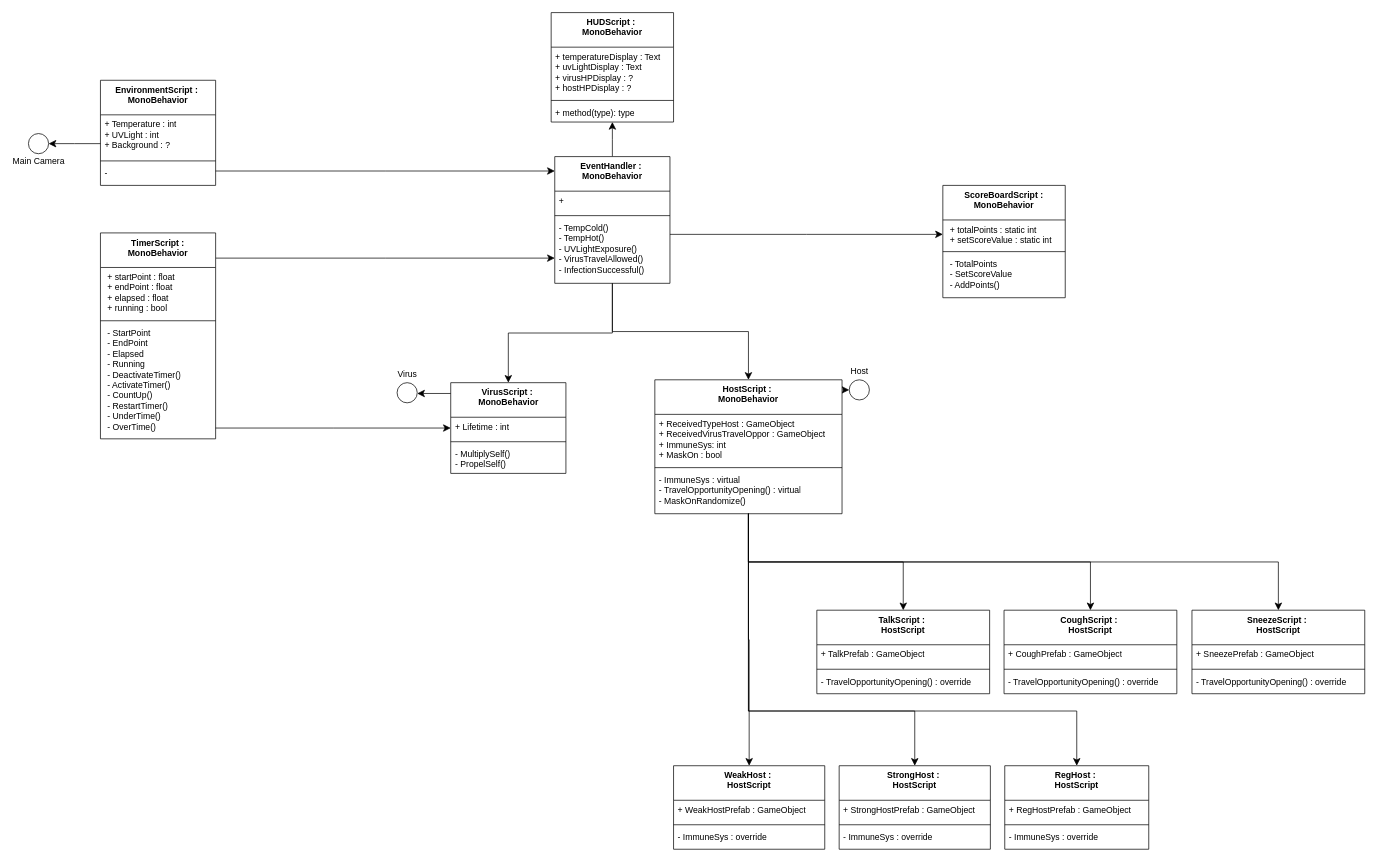
The draw.io diagram page "Copy of Page-1" (2 of 2) of airborne-virus.drawio in ayamonta/Diagrams, before the edit. Source tidied: cells renumbered, new cells numbered last; positions are measured from the earlier drawing's top-left corner, leaving out a move shared by most shapes. Both pictures are drawn from the tidied source at 72%, with x=0, y=0 at pixel (28, 12).
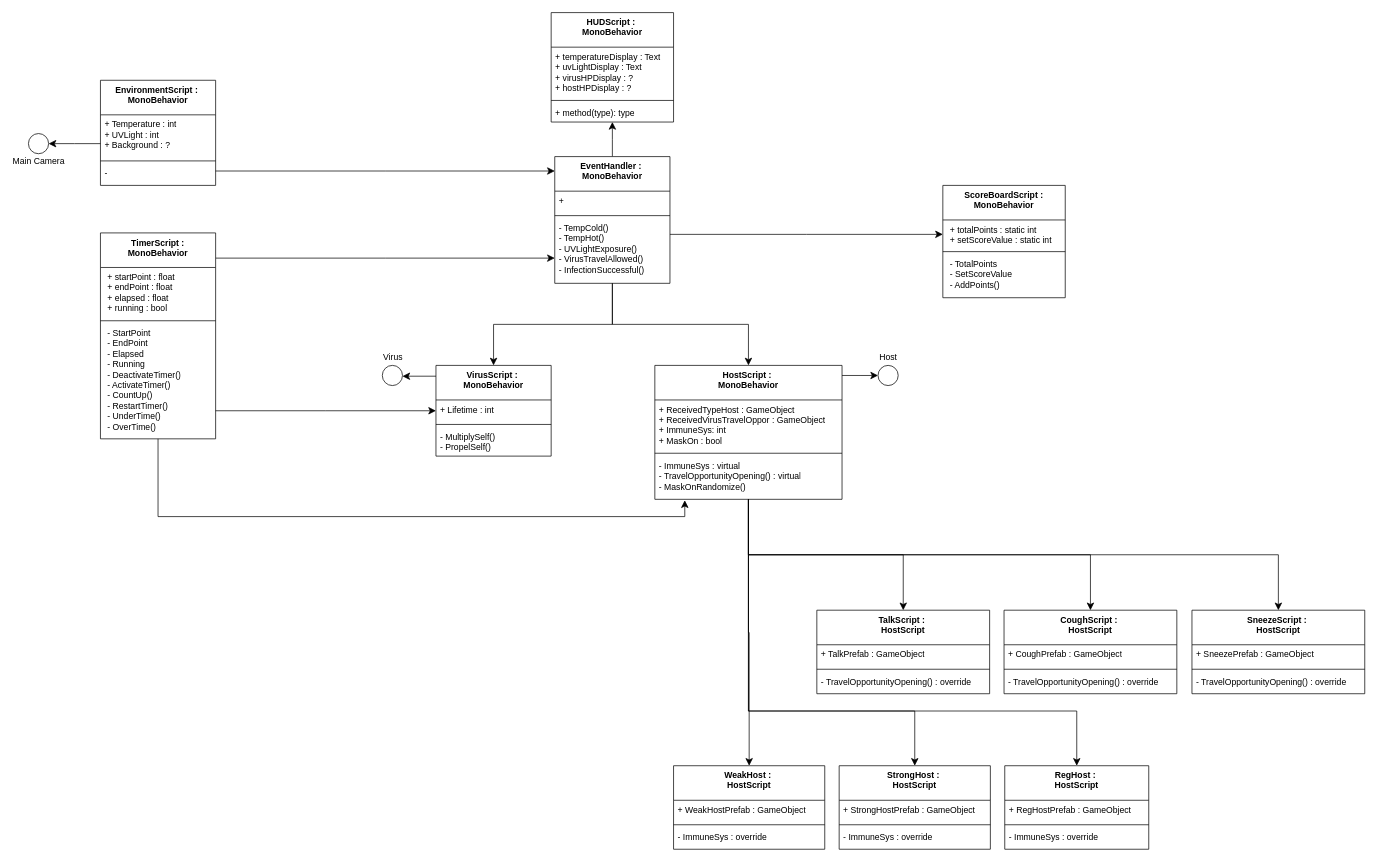
After the change.

Commit message:
airborne-virus.drawio attached TimerScript to HostScript

The change refers to these unchanged cells:
```xml
<mxCell id="23" value="- ImmuneSys : virtual&lt;div&gt;- TravelOpportunityOpening() : virtual&lt;/div&gt;&lt;div&gt;- MaskOnRandomize()&lt;/div&gt;" style="text;strokeColor=none;fillColor=none;align=left;verticalAlign=top;spacingLeft=4;spacingRight=4;overflow=hidden;points=[[0,0.5],[1,0.5]];portConstraint=eastwest;whiteSpace=wrap;html=1;" parent="20" vertex="1">
  <mxGeometry y="126" width="260" height="60" as="geometry" />
</mxCell>
<mxCell id="38" value="&lt;b&gt;TimerScript :&lt;br&gt;MonoBehavior&lt;/b&gt;" style="swimlane;fontStyle=1;align=center;verticalAlign=top;horizontal=1;startSize=48;whiteSpace=wrap;html=1;" parent="1" vertex="1">
  <mxGeometry x="100" y="306" width="160" height="286" as="geometry" />
</mxCell>
```

Change to the diagram source:
```diff
@@
     <mxCell id="2" value="VirusScript :&amp;nbsp;&lt;br&gt;MonoBehavior" style="swimlane;fontStyle=1;align=center;verticalAlign=top;horizontal=1;startSize=48;whiteSpace=wrap;html=1;" parent="1" vertex="1">
-      <mxGeometry x="586.5" y="514" width="160" height="126" as="geometry" />
+      <mxGeometry x="566" y="490" width="160" height="126" as="geometry" />
     </mxCell>
@@
     <mxCell id="7" value="Host" style="ellipse;strokeColor=default;align=center;verticalAlign=bottom;fontFamily=Helvetica;fontSize=12;fontColor=default;fillColor=none;html=1;labelBorderColor=none;labelBackgroundColor=none;noLabel=0;backgroundOutline=0;movableLabel=1;enumerate=0;labelPosition=center;verticalLabelPosition=top;" parent="1" vertex="1">
-      <mxGeometry x="1140" y="510" width="28" height="28" as="geometry">
+      <mxGeometry x="1180" y="490" width="28" height="28" as="geometry">
         <mxPoint y="-2" as="offset" />
       </mxGeometry>
     </mxCell>
@@
     <mxCell id="20" value="HostScript :&amp;nbsp;&lt;br&gt;MonoBehavior" style="swimlane;fontStyle=1;align=center;verticalAlign=top;horizontal=1;startSize=48;whiteSpace=wrap;html=1;" parent="1" vertex="1">
-      <mxGeometry x="870" y="510" width="260" height="186" as="geometry" />
+      <mxGeometry x="870" y="490" width="260" height="186" as="geometry" />
     </mxCell>
@@
+    <mxCell id="73" style="edgeStyle=elbowEdgeStyle;rounded=0;jettySize=auto;elbow=vertical;html=1;strokeColor=default;align=center;verticalAlign=middle;fontFamily=Helvetica;fontSize=12;fontColor=default;labelBackgroundColor=default;startSize=8;endArrow=classic;endSize=8;entryX=0.16;entryY=1.023;entryDx=0;entryDy=0;entryPerimeter=0;" parent="1" edge="1" source="38" target="23">
+      <mxGeometry relative="1" as="geometry">
+        <Array as="points">
+          <mxPoint x="540" y="700" />
+        </Array>
+      </mxGeometry>
+    </mxCell>
@@
     <mxCell id="59" value="Virus" style="ellipse;strokeColor=default;align=center;verticalAlign=bottom;fontFamily=Helvetica;fontSize=12;fontColor=default;fillColor=none;html=1;labelBorderColor=none;labelBackgroundColor=none;noLabel=0;backgroundOutline=0;movableLabel=1;enumerate=0;labelPosition=center;verticalLabelPosition=top;" parent="1" vertex="1">
-      <mxGeometry x="512" y="514" width="28" height="28" as="geometry">
+      <mxGeometry x="491.5" y="490" width="28" height="28" as="geometry">
         <mxPoint y="-2" as="offset" />
       </mxGeometry>
     </mxCell>
```
